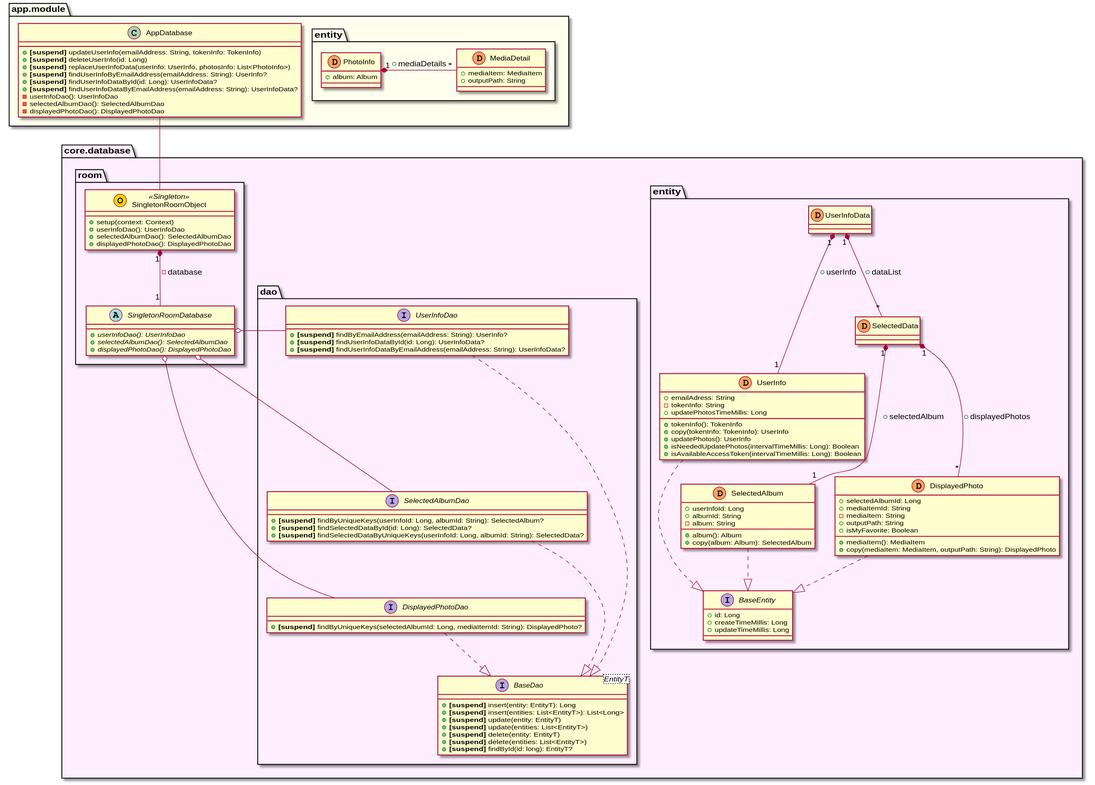
Before: uml/database/class_diagram_database.svg, a diagram exported from PlantUML (sallyluenoa/PhotoSlideShow).
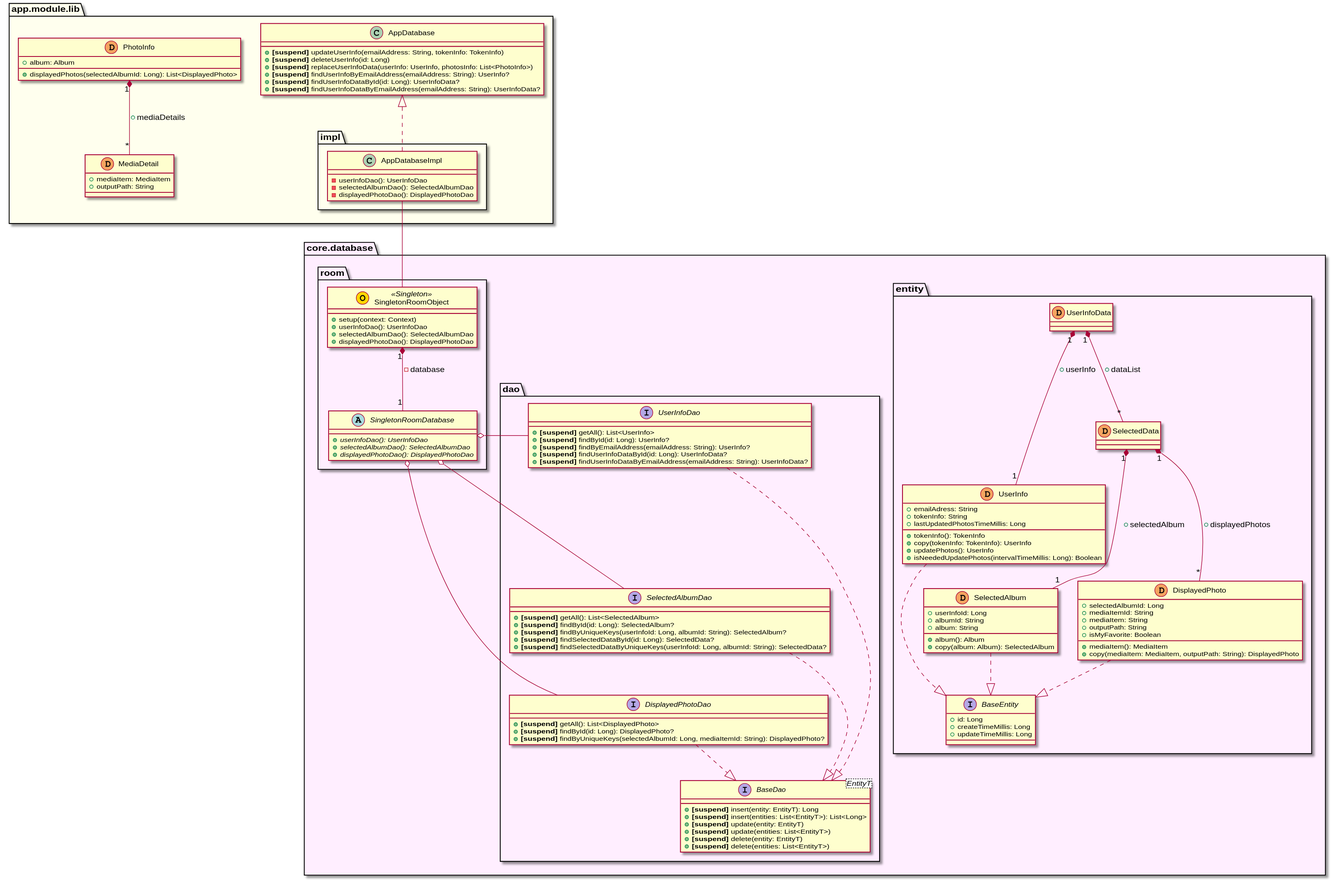
Above is the later version.

The edit, as a diff of the source:
```diff
@@ -9,25 +9,24 @@
     }
     class UserInfo << (D, sandybrown) >> {
       + emailAdress: String
-      - tokenInfo: String
-      + updatePhotosTimeMillis: Long
+      + tokenInfo: String
+      + lastUpdatedPhotosTimeMillis: Long
       + tokenInfo(): TokenInfo
       + copy(tokenInfo: TokenInfo): UserInfo
       + updatePhotos(): UserInfo
       + isNeededUpdatePhotos(intervalTimeMillis: Long): Boolean
-      + isAvailableAccessToken(intervalTimeMillis: Long): Boolean
     }
     class SelectedAlbum << (D, sandybrown) >> {
       + userInfoId: Long
       + albumId: String
-      - album: String
+      + album: String
       + album(): Album
       + copy(album: Album): SelectedAlbum
     }
     class DisplayedPhoto << (D, sandybrown) >> {
       + selectedAlbumId: Long
       + mediaItemId: String
-      - mediaItem: String
+      + mediaItem: String
       + outputPath: String
       + isMyFavorite: Boolean
       + mediaItem(): MediaItem
@@ -54,19 +53,24 @@
       + <B>[suspend]</B> update(entities: List<EntityT>)
       + <B>[suspend]</B> delete(entity: EntityT)
       + <B>[suspend]</B> delete(entities: List<EntityT>)
-      + <B>[suspend]</B> findById(id: long): EntityT?
     }
     interface UserInfoDao {
+      + <B>[suspend]</B> getAll(): List<UserInfo>
+      + <B>[suspend]</B> findById(id: Long): UserInfo?
       + <B>[suspend]</B> findByEmailAddress(emailAddress: String): UserInfo?
       + <B>[suspend]</B> findUserInfoDataById(id: Long): UserInfoData?
       + <B>[suspend]</B> findUserInfoDataByEmailAddress(emailAddress: String): UserInfoData?
     }
     interface SelectedAlbumDao {
+      + <B>[suspend]</B> getAll(): List<SelectedAlbum>
+      + <B>[suspend]</B> findById(id: Long): SelectedAlbum?
       + <B>[suspend]</B> findByUniqueKeys(userInfoId: Long, albumId: String): SelectedAlbum?
       + <B>[suspend]</B> findSelectedDataById(id: Long): SelectedData?
       + <B>[suspend]</B> findSelectedDataByUniqueKeys(userInfoId: Long, albumId: String): SelectedData?
     }
     interface DisplayedPhotoDao {
+      + <B>[suspend]</B> getAll(): List<DisplayedPhoto>
+      + <B>[suspend]</B> findById(id: Long): DisplayedPhoto?
       + <B>[suspend]</B> findByUniqueKeys(selectedAlbumId: Long, mediaItemId: String): DisplayedPhoto?
     }
 
@@ -95,19 +99,17 @@
   }
 }
 
-namespace app.module #FFFFEE {
+namespace app.module.lib #FFFFEE {
 
-  namespace entity {
-    class PhotoInfo << (D, sandybrown) >> {
-      + album: Album
-    }
-    class MediaDetail << (D, sandybrown) >> {
-      + mediaItem: MediaItem
-      + outputPath: String
-    }
-
-    PhotoInfo "1" *-right- "*" MediaDetail: + mediaDetails
+  class PhotoInfo << (D, sandybrown) >> {
+    + album: Album
+    + displayedPhotos(selectedAlbumId: Long): List<DisplayedPhoto>
   }
+  class MediaDetail << (D, sandybrown) >> {
+    + mediaItem: MediaItem
+    + outputPath: String
+  }
+  PhotoInfo "1" *-- "*" MediaDetail: + mediaDetails
 
   class AppDatabase {
     + <B>[suspend]</B> updateUserInfo(emailAddress: String, tokenInfo: TokenInfo)
@@ -116,9 +118,13 @@
     + <B>[suspend]</B> findUserInfoByEmailAddress(emailAddress: String): UserInfo?
     + <B>[suspend]</B> findUserInfoDataById(id: Long): UserInfoData?
     + <B>[suspend]</B> findUserInfoDataByEmailAddress(emailAddress: String): UserInfoData?
-    - userInfoDao(): UserInfoDao
-    - selectedAlbumDao(): SelectedAlbumDao
-    - displayedPhotoDao(): DisplayedPhotoDao
+  }
+  namespace impl {
+    class AppDatabaseImpl {
+      - userInfoDao(): UserInfoDao
+      - selectedAlbumDao(): SelectedAlbumDao
+      - displayedPhotoDao(): DisplayedPhotoDao
+    }
   }
 }
 
@@ -126,5 +132,6 @@
 core.database.room.SingletonRoomDatabase o-right- core.database.dao.SelectedAlbumDao
 core.database.room.SingletonRoomDatabase o-right- core.database.dao.DisplayedPhotoDao
 
-app.module.AppDatabase -- core.database.room.SingletonRoomObject
+app.module.lib.impl.AppDatabaseImpl .up.|> app.module.lib.AppDatabase
+app.module.lib.impl.AppDatabaseImpl -- core.database.room.SingletonRoomObject
 @enduml
```
